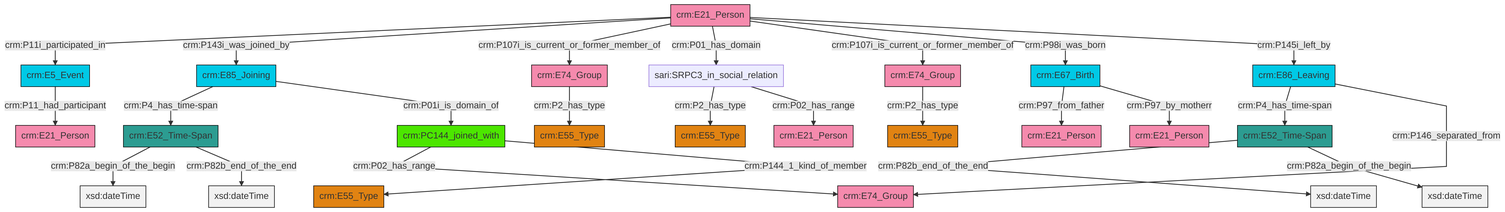
Above: et/personCSV/ttl/mmd/png/Person_Actor_Relations.png in swiss-art-research-net/docs.swissartresearch (Mermaid), before the change. Its source is kept beside it as et/personCSV/ttl/mmd/Person_Actor_Relations.ttl.mmd.
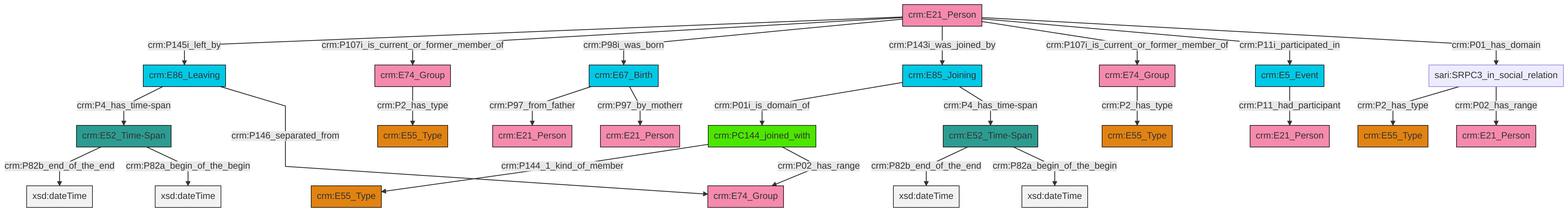
The same diagram one commit later.

Diff of the diagram source:
```diff
@@ -13,27 +13,27 @@
 classDef PC_Classes fill:#4ce600, stroke:#000000;
 classDef Multi fill:#cccccc,stroke:#000000;
 
-0["crm:PC144_joined_with"]:::PC_Classes -->|crm:P02_has_range| 1["crm:E74_Group"]:::Actor
-2["crm:E21_Person"]:::Actor -->|crm:P11i_participated_in| 3["crm:E5_Event"]:::Temporal_Entity
-0["crm:PC144_joined_with"]:::PC_Classes -->|crm:P144_1_kind_of_member| 7["crm:E55_Type"]:::Type
-16["sari:SRPC3_in_social_relation"]:::Default -->|crm:P2_has_type| 17["crm:E55_Type"]:::Type
-18["crm:E86_Leaving"]:::Temporal_Entity -->|crm:P4_has_time-span| 8["crm:E52_Time-Span"]:::Time-Span
-20["crm:E67_Birth"]:::Temporal_Entity -->|crm:P97_from_father| 4["crm:E21_Person"]:::Actor
-2["crm:E21_Person"]:::Actor -->|crm:P143i_was_joined_by| 21["crm:E85_Joining"]:::Temporal_Entity
-21["crm:E85_Joining"]:::Temporal_Entity -->|crm:P4_has_time-span| 10["crm:E52_Time-Span"]:::Time-Span
-8["crm:E52_Time-Span"]:::Time-Span -->|crm:P82b_end_of_the_end| 25[xsd:dateTime]:::Literal
-10["crm:E52_Time-Span"]:::Time-Span -->|crm:P82a_begin_of_the_begin| 28[xsd:dateTime]:::Literal
-8["crm:E52_Time-Span"]:::Time-Span -->|crm:P82a_begin_of_the_begin| 35[xsd:dateTime]:::Literal
-2["crm:E21_Person"]:::Actor -->|crm:P107i_is_current_or_former_member_of| 22["crm:E74_Group"]:::Actor
-2["crm:E21_Person"]:::Actor -->|crm:P01_has_domain| 16["sari:SRPC3_in_social_relation"]:::Default
-16["sari:SRPC3_in_social_relation"]:::Default -->|crm:P02_has_range| 37["crm:E21_Person"]:::Actor
-21["crm:E85_Joining"]:::Temporal_Entity -->|crm:P01i_is_domain_of| 0["crm:PC144_joined_with"]:::PC_Classes
-10["crm:E52_Time-Span"]:::Time-Span -->|crm:P82b_end_of_the_end| 38[xsd:dateTime]:::Literal
-2["crm:E21_Person"]:::Actor -->|crm:P107i_is_current_or_former_member_of| 39["crm:E74_Group"]:::Actor
-2["crm:E21_Person"]:::Actor -->|crm:P98i_was_born| 20["crm:E67_Birth"]:::Temporal_Entity
-3["crm:E5_Event"]:::Temporal_Entity -->|crm:P11_had_participant| 26["crm:E21_Person"]:::Actor
-39["crm:E74_Group"]:::Actor -->|crm:P2_has_type| 33["crm:E55_Type"]:::Type
-22["crm:E74_Group"]:::Actor -->|crm:P2_has_type| 30["crm:E55_Type"]:::Type
-2["crm:E21_Person"]:::Actor -->|crm:P145i_left_by| 18["crm:E86_Leaving"]:::Temporal_Entity
-20["crm:E67_Birth"]:::Temporal_Entity -->|crm:P97_by_motherr| 14["crm:E21_Person"]:::Actor
-18["crm:E86_Leaving"]:::Temporal_Entity -->|crm:P146_separated_from| 1["crm:E74_Group"]:::Actor
+0["crm:E21_Person"]:::Actor -->|crm:P145i_left_by| 1["crm:E86_Leaving"]:::Temporal_Entity
+2["crm:PC144_joined_with"]:::PC_Classes -->|crm:P144_1_kind_of_member| 3["crm:E55_Type"]:::Type
+4["crm:E52_Time-Span"]:::Time-Span -->|crm:P82b_end_of_the_end| 5[xsd:dateTime]:::Literal
+6["crm:E85_Joining"]:::Temporal_Entity -->|crm:P01i_is_domain_of| 2["crm:PC144_joined_with"]:::PC_Classes
+1["crm:E86_Leaving"]:::Temporal_Entity -->|crm:P4_has_time-span| 4["crm:E52_Time-Span"]:::Time-Span
+0["crm:E21_Person"]:::Actor -->|crm:P107i_is_current_or_former_member_of| 10["crm:E74_Group"]:::Actor
+0["crm:E21_Person"]:::Actor -->|crm:P98i_was_born| 13["crm:E67_Birth"]:::Temporal_Entity
+13["crm:E67_Birth"]:::Temporal_Entity -->|crm:P97_from_father| 15["crm:E21_Person"]:::Actor
+4["crm:E52_Time-Span"]:::Time-Span -->|crm:P82a_begin_of_the_begin| 16[xsd:dateTime]:::Literal
+10["crm:E74_Group"]:::Actor -->|crm:P2_has_type| 17["crm:E55_Type"]:::Type
+1["crm:E86_Leaving"]:::Temporal_Entity -->|crm:P146_separated_from| 19["crm:E74_Group"]:::Actor
+0["crm:E21_Person"]:::Actor -->|crm:P143i_was_joined_by| 6["crm:E85_Joining"]:::Temporal_Entity
+21["crm:E52_Time-Span"]:::Time-Span -->|crm:P82b_end_of_the_end| 22[xsd:dateTime]:::Literal
+0["crm:E21_Person"]:::Actor -->|crm:P107i_is_current_or_former_member_of| 24["crm:E74_Group"]:::Actor
+0["crm:E21_Person"]:::Actor -->|crm:P11i_participated_in| 11["crm:E5_Event"]:::Temporal_Entity
+13["crm:E67_Birth"]:::Temporal_Entity -->|crm:P97_by_motherr| 26["crm:E21_Person"]:::Actor
+21["crm:E52_Time-Span"]:::Time-Span -->|crm:P82a_begin_of_the_begin| 33[xsd:dateTime]:::Literal
+6["crm:E85_Joining"]:::Temporal_Entity -->|crm:P4_has_time-span| 21["crm:E52_Time-Span"]:::Time-Span
+36["sari:SRPC3_in_social_relation"]:::Default -->|crm:P2_has_type| 8["crm:E55_Type"]:::Type
+11["crm:E5_Event"]:::Temporal_Entity -->|crm:P11_had_participant| 39["crm:E21_Person"]:::Actor
+2["crm:PC144_joined_with"]:::PC_Classes -->|crm:P02_has_range| 19["crm:E74_Group"]:::Actor
+0["crm:E21_Person"]:::Actor -->|crm:P01_has_domain| 36["sari:SRPC3_in_social_relation"]:::Default
+36["sari:SRPC3_in_social_relation"]:::Default -->|crm:P02_has_range| 27["crm:E21_Person"]:::Actor
+24["crm:E74_Group"]:::Actor -->|crm:P2_has_type| 29["crm:E55_Type"]:::Type
```
